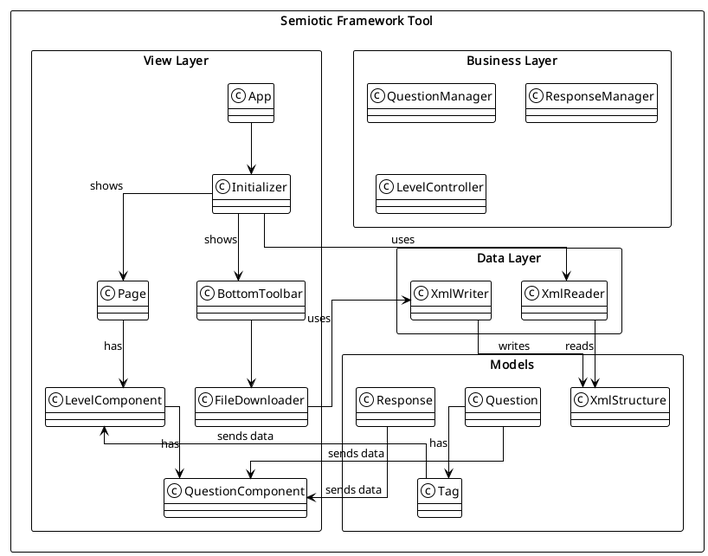
auri-gabriel/semiotic-framework-tool keeps this PlantUML diagram as out/docs/architecture/package/package.png. Above is the earlier version.
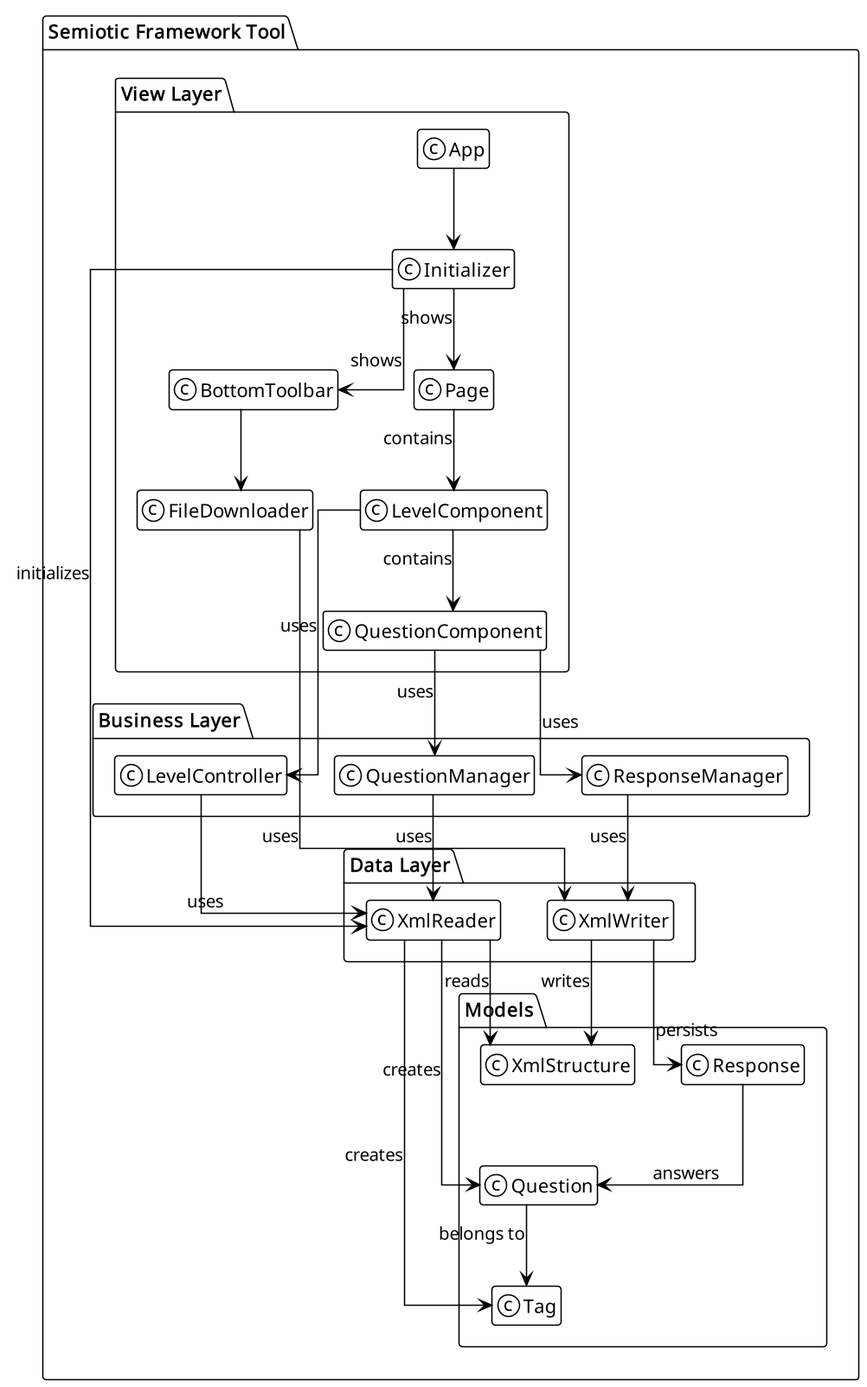
The same file after the commit.

Commit message:
Update PlantUML package diagram with refined relationships and regenerate PNG

What changed in the source:
```diff
@@ -1,9 +1,13 @@
 @startuml package
-skinparam packageStyle rectangle
 !theme mono
 skinparam linetype ortho
+hide empty members
+skinparam dpi 150
+skinparam shadowing false
+top to bottom direction
 
 package "Semiotic Framework Tool" {
+
     package "View Layer" {
         class App
         class Page
@@ -33,26 +37,30 @@
     }
 
     App --> Initializer
-
     Initializer --> Page : shows
     Initializer --> BottomToolbar : shows
+    BottomToolbar --> FileDownloader
+    Page --> LevelComponent : contains
+    LevelComponent --> QuestionComponent : contains
 
-    BottomToolbar --> FileDownloader
+    LevelComponent --> LevelController : uses
+    QuestionComponent --> QuestionManager : uses
+    QuestionComponent --> ResponseManager : uses
 
-    Page --> LevelComponent : has
-    LevelComponent --> QuestionComponent : has
+    LevelController --> XmlReader : uses
+    QuestionManager --> XmlReader : uses
+    ResponseManager --> XmlWriter : uses
 
-    Tag --> LevelComponent : sends data
+    Initializer --> XmlReader : initializes
+    FileDownloader --> XmlWriter : uses
 
-    Question --> Tag : has
-    Question --> QuestionComponent : sends data
-    Response --> QuestionComponent : sends data
-
-    Initializer --> XmlReader : uses
-    FileDownloader --> XmlWriter : uses
     XmlReader --> XmlStructure : reads
+    XmlReader --> Tag : creates
+    XmlReader --> Question : creates
+    XmlWriter --> Response : persists
     XmlWriter --> XmlStructure : writes
 
+    Question --> Tag : belongs to
+    Response --> Question : answers
 }
-
 @enduml
```
